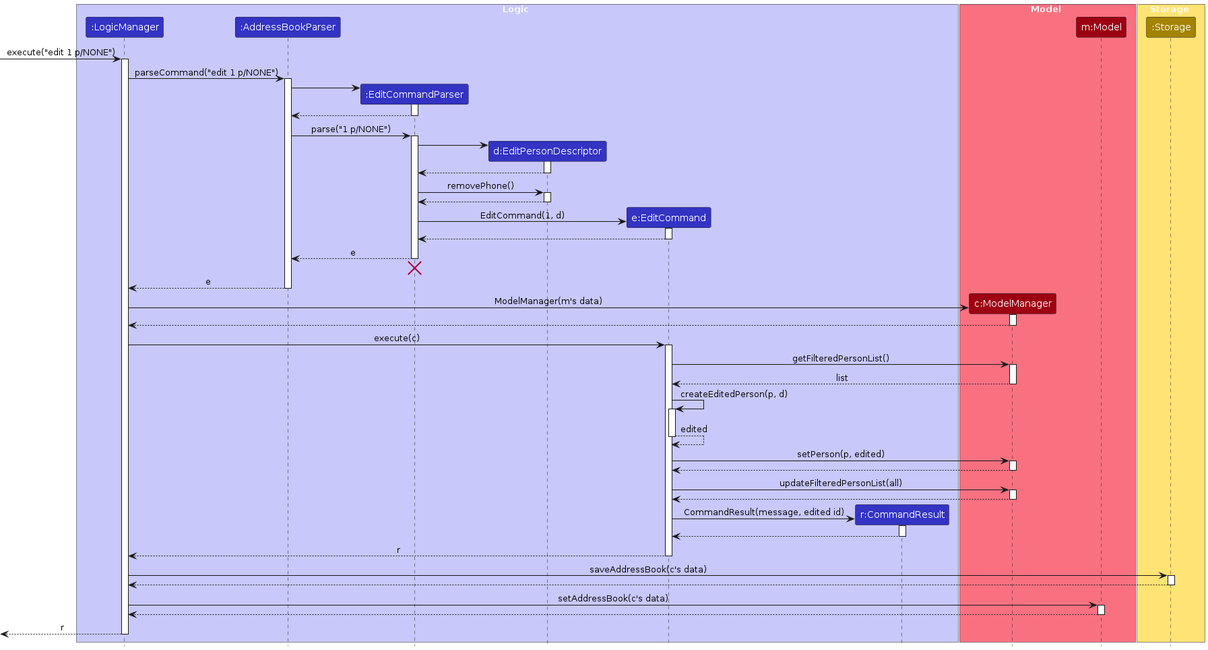
Before: diagrams/EditSequenceDiagram.png, a diagram exported from PlantUML (AY2627S1-CS2103T-T15-2/tp). Its source is kept beside it as diagrams/EditSequenceDiagram.puml. Source of this version:
```plantuml
@startuml
!include style.puml
skinparam ArrowFontStyle plain

box Logic LOGIC_COLOR_T1
participant ":LogicManager" as LogicManager LOGIC_COLOR
participant ":AddressBookParser" as AddressBookParser LOGIC_COLOR
participant ":EditCommandParser" as EditCommandParser LOGIC_COLOR
participant "d:EditPersonDescriptor" as Descriptor LOGIC_COLOR
participant "e:EditCommand" as EditCommand LOGIC_COLOR
participant "r:CommandResult" as CommandResult LOGIC_COLOR
end box

box Model MODEL_COLOR_T1
participant "c:ModelManager" as Model MODEL_COLOR
participant "m:Model" as LiveModel MODEL_COLOR
end box

box Storage STORAGE_COLOR_T1
participant ":Storage" as Storage STORAGE_COLOR
end box

[-> LogicManager : execute("edit 1 p/NONE")
activate LogicManager

LogicManager -> AddressBookParser : parseCommand("edit 1 p/NONE")
activate AddressBookParser

create EditCommandParser
AddressBookParser -> EditCommandParser
activate EditCommandParser

EditCommandParser --> AddressBookParser
deactivate EditCommandParser

AddressBookParser -> EditCommandParser : parse("1 p/NONE")
activate EditCommandParser

create Descriptor
EditCommandParser -> Descriptor
activate Descriptor

Descriptor --> EditCommandParser
deactivate Descriptor

EditCommandParser -> Descriptor : removePhone()
activate Descriptor

Descriptor --> EditCommandParser
deactivate Descriptor

create EditCommand
EditCommandParser -> EditCommand : EditCommand(1, d)
activate EditCommand

EditCommand --> EditCommandParser
deactivate EditCommand

EditCommandParser --> AddressBookParser : e
deactivate EditCommandParser
EditCommandParser -[hidden]-> AddressBookParser
destroy EditCommandParser

AddressBookParser --> LogicManager : e
deactivate AddressBookParser

create Model
LogicManager -> Model : ModelManager(m's data)
activate Model

Model --> LogicManager
deactivate Model

LogicManager -> EditCommand : execute(c)
activate EditCommand

EditCommand -> Model : getFilteredPersonList()
activate Model

Model --> EditCommand : list
deactivate Model

EditCommand -> EditCommand : createEditedPerson(p, d)
activate EditCommand

EditCommand --> EditCommand : edited
deactivate EditCommand

EditCommand -> Model : setPerson(p, edited)
activate Model

Model --> EditCommand
deactivate Model

EditCommand -> Model : updateFilteredPersonList(all)
activate Model

Model --> EditCommand
deactivate Model

create CommandResult
EditCommand -> CommandResult : CommandResult(message, edited id)
activate CommandResult

CommandResult --> EditCommand
deactivate CommandResult

EditCommand --> LogicManager : r
deactivate EditCommand

LogicManager -> Storage : saveAddressBook(c's data)
activate Storage

Storage --> LogicManager
deactivate Storage

LogicManager -> LiveModel : setAddressBook(c's data)
activate LiveModel

LiveModel --> LogicManager
deactivate LiveModel

[<--LogicManager : r
deactivate LogicManager
@enduml
```
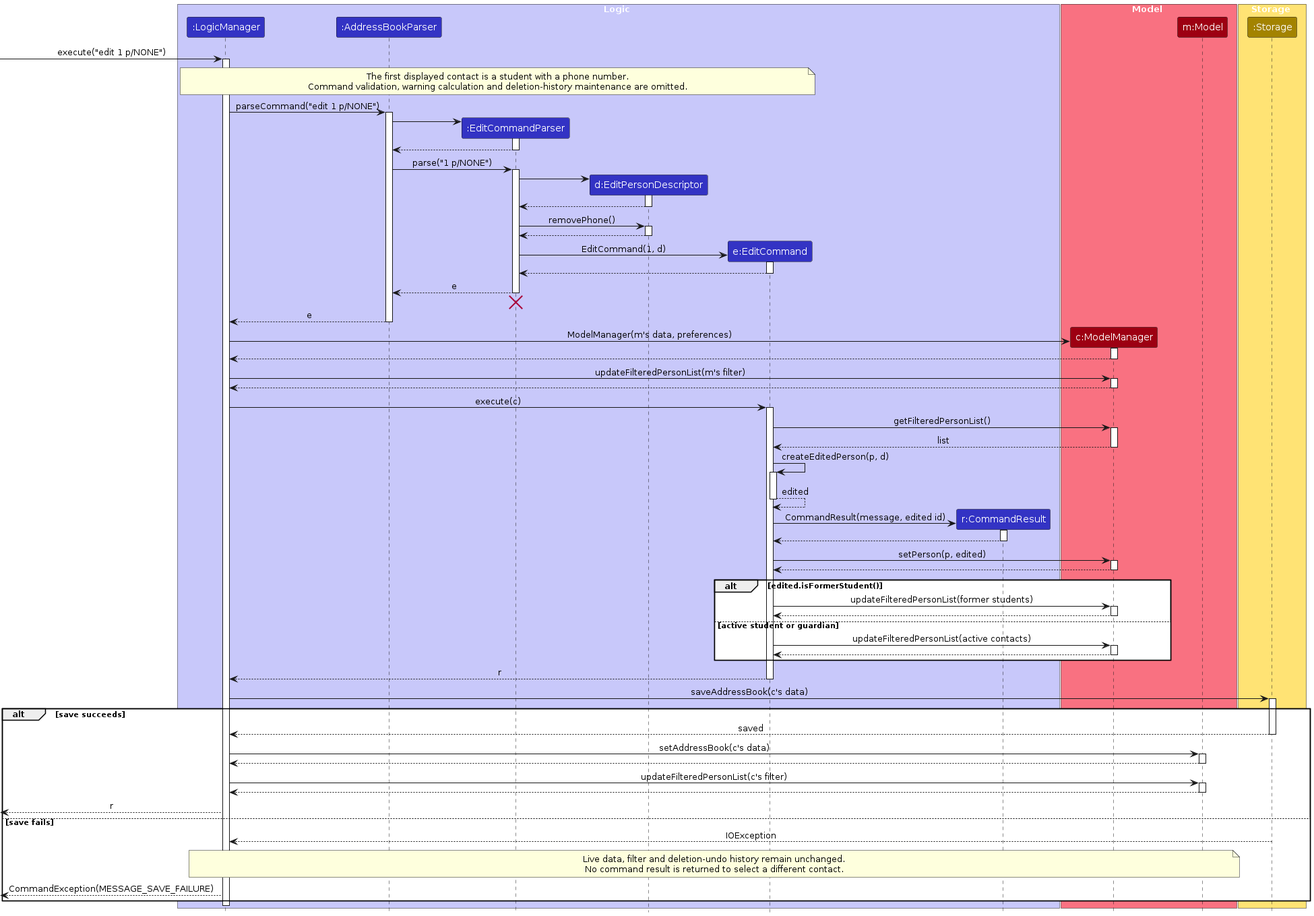
After the commit.

Change to the diagram source:
```diff
@@ -22,6 +22,11 @@
 
 [-> LogicManager : execute("edit 1 p/NONE")
 activate LogicManager
+
+note over LogicManager, EditCommand
+  The first displayed contact is a student with a phone number.
+  Command validation, warning calculation and deletion-history maintenance are omitted.
+end note
 
 LogicManager -> AddressBookParser : parseCommand("edit 1 p/NONE")
 activate AddressBookParser
@@ -65,9 +70,14 @@
 deactivate AddressBookParser
 
 create Model
-LogicManager -> Model : ModelManager(m's data)
+LogicManager -> Model : ModelManager(m's data, preferences)
 activate Model
 
+Model --> LogicManager
+deactivate Model
+
+LogicManager -> Model : updateFilteredPersonList(m's filter)
+activate Model
 Model --> LogicManager
 deactivate Model
 
@@ -86,24 +96,29 @@
 EditCommand --> EditCommand : edited
 deactivate EditCommand
 
+create CommandResult
+EditCommand -> CommandResult : CommandResult(message, edited id)
+activate CommandResult
+CommandResult --> EditCommand
+deactivate CommandResult
+
 EditCommand -> Model : setPerson(p, edited)
 activate Model
 
 Model --> EditCommand
 deactivate Model
 
-EditCommand -> Model : updateFilteredPersonList(all)
-activate Model
-
-Model --> EditCommand
-deactivate Model
-
-create CommandResult
-EditCommand -> CommandResult : CommandResult(message, edited id)
-activate CommandResult
-
-CommandResult --> EditCommand
-deactivate CommandResult
+alt edited.isFormerStudent()
+    EditCommand -> Model : updateFilteredPersonList(former students)
+    activate Model
+    Model --> EditCommand
+    deactivate Model
+else active student or guardian
+    EditCommand -> Model : updateFilteredPersonList(active contacts)
+    activate Model
+    Model --> EditCommand
+    deactivate Model
+end
 
 EditCommand --> LogicManager : r
 deactivate EditCommand
@@ -111,15 +126,28 @@
 LogicManager -> Storage : saveAddressBook(c's data)
 activate Storage
 
-Storage --> LogicManager
-deactivate Storage
+alt save succeeds
+    Storage --> LogicManager : saved
+    deactivate Storage
 
-LogicManager -> LiveModel : setAddressBook(c's data)
-activate LiveModel
+    LogicManager -> LiveModel : setAddressBook(c's data)
+    activate LiveModel
+    LiveModel --> LogicManager
+    deactivate LiveModel
 
-LiveModel --> LogicManager
-deactivate LiveModel
+    LogicManager -> LiveModel : updateFilteredPersonList(c's filter)
+    activate LiveModel
+    LiveModel --> LogicManager
+    deactivate LiveModel
 
-[<--LogicManager : r
+    [<--LogicManager : r
+else save fails
+    Storage --> LogicManager : IOException
+    note over LogicManager, LiveModel
+      Live data, filter and deletion-undo history remain unchanged.
+      No command result is returned to select a different contact.
+    end note
+    [<--LogicManager : CommandException(MESSAGE_SAVE_FAILURE)
+end
 deactivate LogicManager
 @enduml
```
